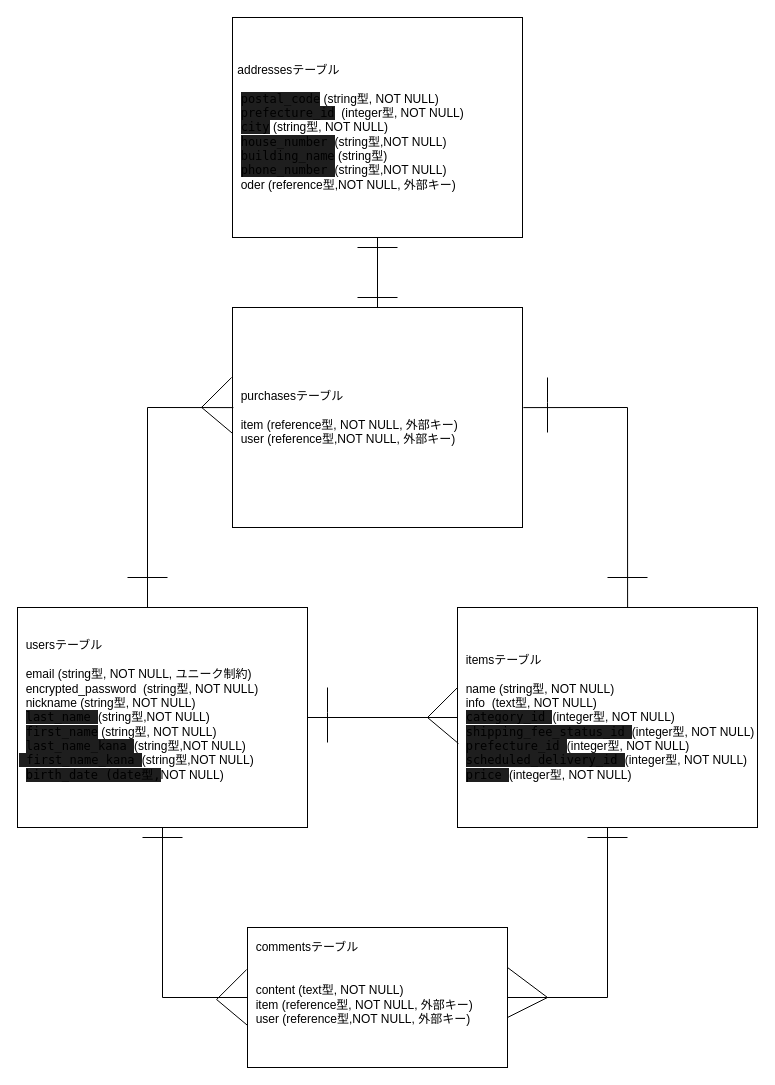
Above: ER.dio in ponta4699/furima-38652 (draw.io), before the change. Source tidied: cells renumbered, new cells numbered last; positions are measured from the earlier drawing's top-left corner, leaving out a move shared by most shapes. Both pictures are drawn from the tidied source at 100%, with x=0, y=0 at pixel (17, 17).
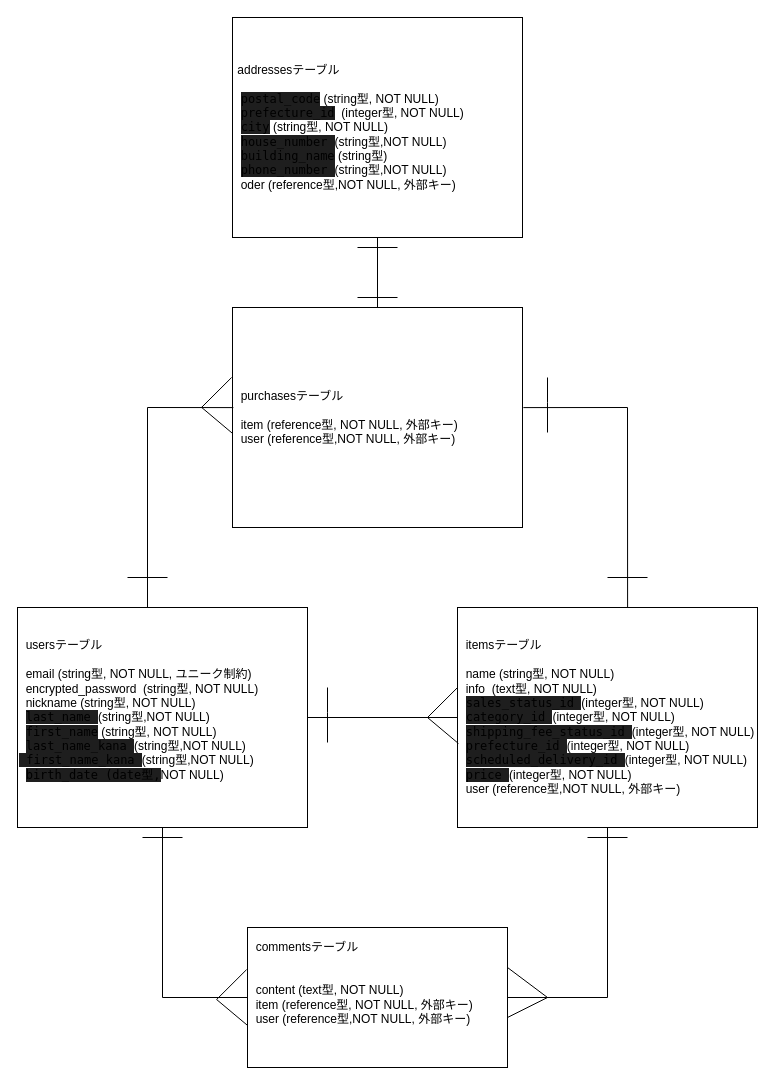
The same page after the edit.

Commit message (it also covers changes not shown here):
ER図、READMEの再修正-4回目

Diff of the diagram source:
```diff
@@
-    <mxCell id="4" value="&amp;nbsp; itemsテーブル&lt;br&gt;&lt;br&gt;&amp;nbsp; name (string型, NOT NULL)&lt;br&gt;&amp;nbsp; info&amp;nbsp; (text型, NOT NULL)&lt;br&gt;&amp;nbsp; &lt;span style=&quot;background-color: rgb(30 , 30 , 30) ; font-family: &amp;#34;menlo&amp;#34; , &amp;#34;monaco&amp;#34; , &amp;#34;courier new&amp;#34; , monospace&quot;&gt;category_id&amp;nbsp;&lt;/span&gt;&lt;span&gt;(&lt;/span&gt;integer&lt;span&gt;型, NOT NULL)&lt;/span&gt;&lt;br&gt;&amp;nbsp;&amp;nbsp;&lt;span style=&quot;background-color: rgb(30 , 30 , 30) ; font-family: &amp;#34;menlo&amp;#34; , &amp;#34;monaco&amp;#34; , &amp;#34;courier new&amp;#34; , monospace&quot;&gt;shipping_fee_status_id&amp;nbsp;&lt;/span&gt;(integer型, NOT NULL)&lt;br&gt;&amp;nbsp;&amp;nbsp;&lt;span style=&quot;background-color: rgb(30 , 30 , 30) ; font-family: &amp;#34;menlo&amp;#34; , &amp;#34;monaco&amp;#34; , &amp;#34;courier new&amp;#34; , monospace&quot;&gt;prefecture_id&amp;nbsp;&lt;/span&gt;&lt;span&gt;(integer型, NOT NULL)&lt;/span&gt;&lt;br&gt;&amp;nbsp;&amp;nbsp;&lt;span style=&quot;background-color: rgb(30 , 30 , 30) ; font-family: &amp;#34;menlo&amp;#34; , &amp;#34;monaco&amp;#34; , &amp;#34;courier new&amp;#34; , monospace&quot;&gt;scheduled_delivery_id&amp;nbsp;&lt;/span&gt;&lt;span&gt;(&lt;/span&gt;integer&lt;span&gt;型, NOT NULL)&lt;/span&gt;&lt;br&gt;&amp;nbsp;&amp;nbsp;&lt;span style=&quot;background-color: rgb(30 , 30 , 30) ; font-family: &amp;#34;menlo&amp;#34; , &amp;#34;monaco&amp;#34; , &amp;#34;courier new&amp;#34; , monospace&quot;&gt;price&amp;nbsp;&lt;/span&gt;&lt;span&gt;(integer型, NOT NULL)&lt;/span&gt;" style="whiteSpace=wrap;html=1;align=left;" parent="1" vertex="1">
+    <mxCell id="4" value="&amp;nbsp; itemsテーブル&lt;br&gt;&lt;br&gt;&amp;nbsp; name (string型, NOT NULL)&lt;br&gt;&amp;nbsp; info&amp;nbsp; (text型, NOT NULL)&lt;br&gt;&amp;nbsp;&amp;nbsp;&lt;span style=&quot;background-color: rgb(30 , 30 , 30) ; font-family: &amp;#34;menlo&amp;#34; , &amp;#34;monaco&amp;#34; , &amp;#34;courier new&amp;#34; , monospace&quot;&gt;sales_status_id&amp;nbsp;&lt;/span&gt;(integer型, NOT NULL)&lt;br&gt;&amp;nbsp; &lt;span style=&quot;background-color: rgb(30 , 30 , 30) ; font-family: &amp;#34;menlo&amp;#34; , &amp;#34;monaco&amp;#34; , &amp;#34;courier new&amp;#34; , monospace&quot;&gt;category_id&amp;nbsp;&lt;/span&gt;&lt;span&gt;(&lt;/span&gt;integer&lt;span&gt;型, NOT NULL)&lt;/span&gt;&lt;br&gt;&amp;nbsp;&amp;nbsp;&lt;span style=&quot;background-color: rgb(30 , 30 , 30) ; font-family: &amp;#34;menlo&amp;#34; , &amp;#34;monaco&amp;#34; , &amp;#34;courier new&amp;#34; , monospace&quot;&gt;shipping_fee_status_id&amp;nbsp;&lt;/span&gt;(integer型, NOT NULL)&lt;br&gt;&amp;nbsp;&amp;nbsp;&lt;span style=&quot;background-color: rgb(30 , 30 , 30) ; font-family: &amp;#34;menlo&amp;#34; , &amp;#34;monaco&amp;#34; , &amp;#34;courier new&amp;#34; , monospace&quot;&gt;prefecture_id&amp;nbsp;&lt;/span&gt;&lt;span&gt;(integer型, NOT NULL)&lt;/span&gt;&lt;br&gt;&amp;nbsp;&amp;nbsp;&lt;span style=&quot;background-color: rgb(30 , 30 , 30) ; font-family: &amp;#34;menlo&amp;#34; , &amp;#34;monaco&amp;#34; , &amp;#34;courier new&amp;#34; , monospace&quot;&gt;scheduled_delivery_id&amp;nbsp;&lt;/span&gt;&lt;span&gt;(&lt;/span&gt;integer&lt;span&gt;型, NOT NULL)&lt;/span&gt;&lt;br&gt;&amp;nbsp;&amp;nbsp;&lt;span style=&quot;background-color: rgb(30 , 30 , 30) ; font-family: &amp;#34;menlo&amp;#34; , &amp;#34;monaco&amp;#34; , &amp;#34;courier new&amp;#34; , monospace&quot;&gt;price&amp;nbsp;&lt;/span&gt;&lt;span&gt;(integer型, NOT NULL)&lt;br&gt;&amp;nbsp;&lt;/span&gt;&amp;nbsp;user (reference型,NOT NULL, 外部キー)" style="whiteSpace=wrap;html=1;align=left;" parent="1" vertex="1">
       <mxGeometry x="440" y="590" width="300" height="220" as="geometry" />
     </mxCell>
```
